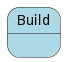
Above: docs/edgemere/aml/ds/pm/models/build/statenet.png in madajaju/edgemere (PlantUML), before the change. Source of this version:
```plantuml
@startuml



state Build #lightblue {




}


@enduml
```
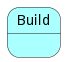
Above is the later version.

What changed in the source:
```diff
@@ -2,7 +2,7 @@
 
 
 
-state Build #lightblue {
+state Build #aaffff {
 
 
 
```
